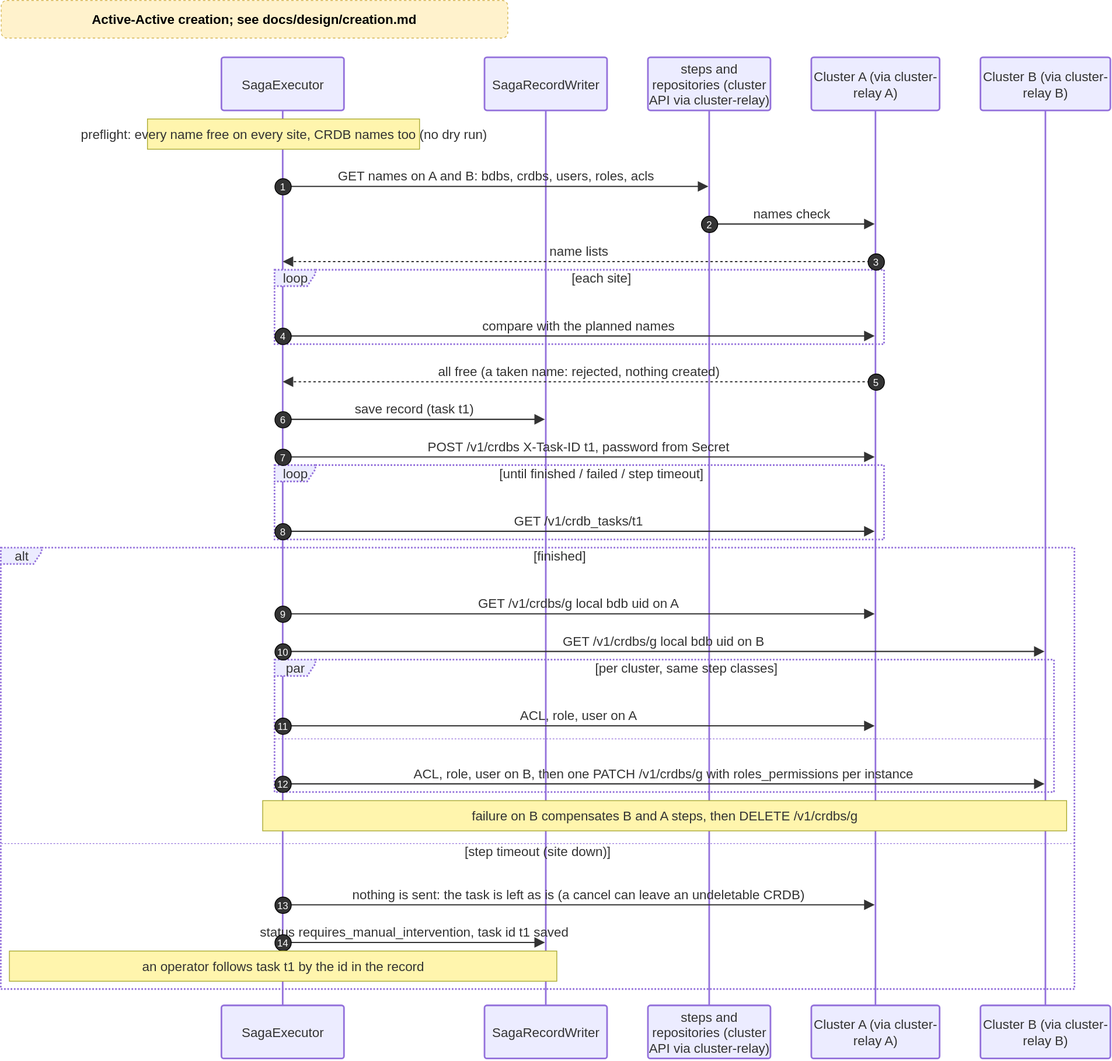
Earlier version of the draw.io export docs/diagrams/20-seq-create-active-active.drawio.svg (EliShteinman/redis-enterprise-services). Source tidied: cells renumbered, new cells last; positions are measured from the earlier drawing's top-left corner, leaving out a move shared by most shapes.
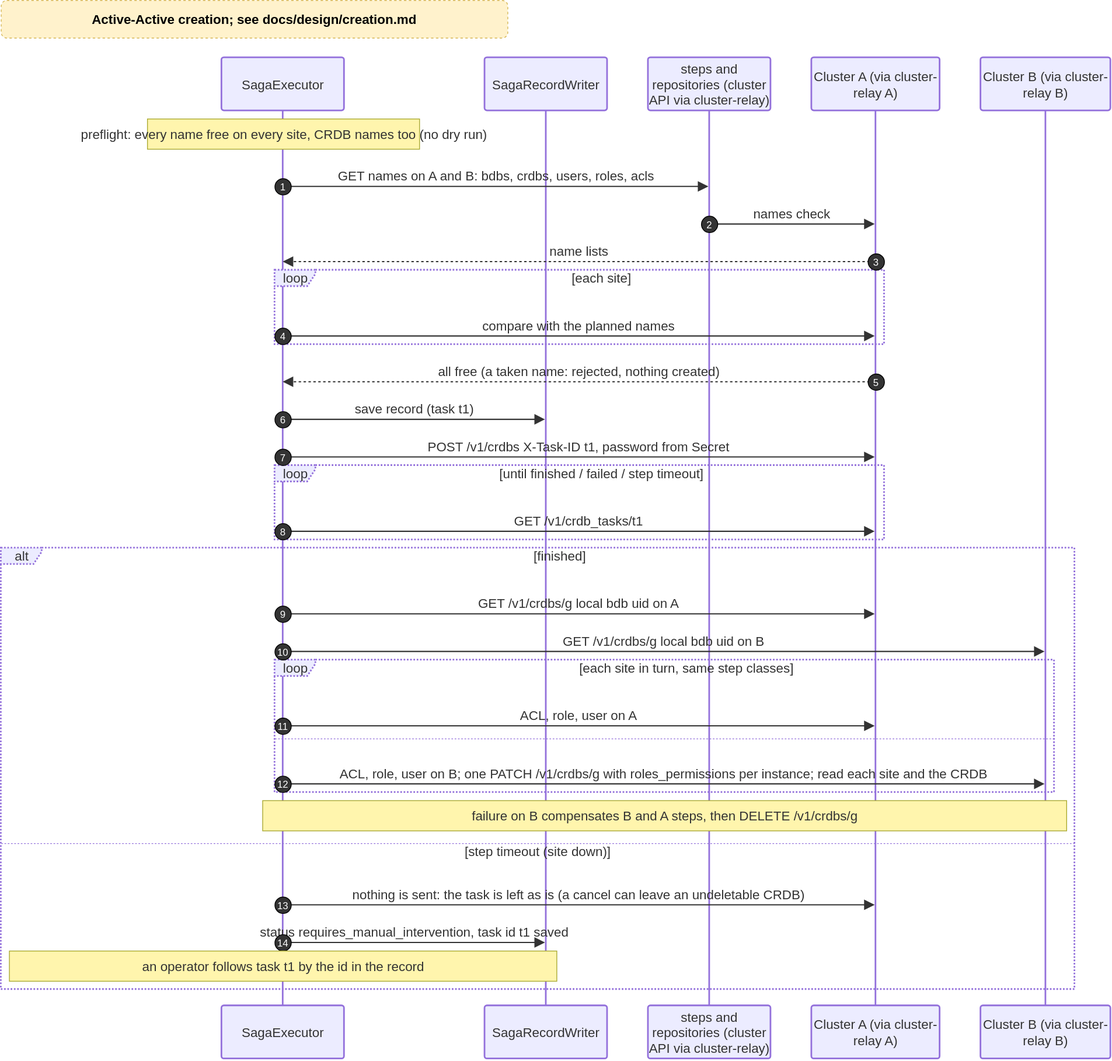
After the commit.

Commit message:
docs(active-active): review of #68 and #69: identifiers, duplicate sites, task ids and the real cancel reason

Change to the diagram source:
```diff
@@ -41,10 +41,10 @@
     <mxCell id="14" value="[step timeout (site down)]" style="text;strokeColor=none;fillColor=none;align=center;verticalAlign=middle;whiteSpace=wrap;fontSize=16;fontFamily=Trebuchet MS,Verdana,Arial,sans-serif;fontColor=light-dark(#333333,#cccccc);" parent="11" vertex="1">
       <mxGeometry y="363" width="1314" height="16" as="geometry" />
     </mxCell>
-    <mxCell id="15" value="par" style="html=1;shape=umlFrame;dashed=1;fixDash=1;dashPattern=2 2;strokeWidth=2;fillColor=light-dark(#ECECFF,#1f2020);strokeColor=light-dark(#9370DB,#cccccc);fontSize=16;align=center;verticalAlign=middle;fontFamily=Trebuchet MS,Verdana,Arial,sans-serif;fontColor=light-dark(#333333,#cccccc);height=20;width=50;" parent="1" vertex="1">
+    <mxCell id="15" value="loop" style="html=1;shape=umlFrame;dashed=1;fixDash=1;dashPattern=2 2;strokeWidth=2;fillColor=light-dark(#ECECFF,#1f2020);strokeColor=light-dark(#9370DB,#cccccc);fontSize=16;align=center;verticalAlign=middle;fontFamily=Trebuchet MS,Verdana,Arial,sans-serif;fontColor=light-dark(#333333,#cccccc);height=20;width=50;" parent="1" vertex="1">
       <mxGeometry x="335" y="807" width="954" height="162" as="geometry" />
     </mxCell>
-    <mxCell id="16" value="[per cluster, same step classes]" style="text;strokeColor=none;fillColor=none;align=center;verticalAlign=middle;whiteSpace=wrap;fontSize=16;fontFamily=Trebuchet MS,Verdana,Arial,sans-serif;fontColor=light-dark(#333333,#cccccc);" parent="15" vertex="1">
+    <mxCell id="16" value="[each site in turn, same step classes]" style="text;strokeColor=none;fillColor=none;align=center;verticalAlign=middle;whiteSpace=wrap;fontSize=16;fontFamily=Trebuchet MS,Verdana,Arial,sans-serif;fontColor=light-dark(#333333,#cccccc);" parent="15" vertex="1">
       <mxGeometry x="54" y="2" width="900" height="16" as="geometry" />
     </mxCell>
     <mxCell id="17" style="shape=line;dashed=1;fixDash=1;dashPattern=2 2;strokeColor=light-dark(#9370DB,#cccccc);" parent="15" vertex="1">
@@ -160,7 +160,7 @@
     <mxCell id="39" value="11" style="ellipse;fillColor=light-dark(#333333,#cccccc);align=center;verticalAlign=middle;fontColor=light-dark(#FFFFFF,#333333);fontSize=12;" parent="1" vertex="1">
       <mxGeometry x="335" y="878" width="20" height="20" as="geometry" />
     </mxCell>
-    <mxCell id="40" value="ACL, role, user on B, then one PATCH /v1/crdbs/g with roles_permissions per instance" style="endArrow=block;endSize=9;verticalAlign=bottom;spacingBottom=2;edgeStyle=sequenceEdgeStyle;libavoidRouting=0;curved=0;rounded=0;fontSize=16;labelBackgroundColor=none;strokeWidth=1.5;strokeColor=light-dark(#333333,#cccccc);fontColor=light-dark(#333333,#cccccc);fontFamily=Trebuchet MS,Verdana,Arial,sans-serif;" parent="1" edge="1" source="2" target="6">
+    <mxCell id="40" value="ACL, role, user on B; one PATCH /v1/crdbs/g with roles_permissions per instance; read each site and the CRDB" style="endArrow=block;endSize=9;verticalAlign=bottom;spacingBottom=2;edgeStyle=sequenceEdgeStyle;libavoidRouting=0;curved=0;rounded=0;fontSize=16;labelBackgroundColor=none;strokeWidth=1.5;strokeColor=light-dark(#333333,#cccccc);fontColor=light-dark(#333333,#cccccc);fontFamily=Trebuchet MS,Verdana,Arial,sans-serif;" parent="1" edge="1" source="2" target="6">
       <mxGeometry relative="1" as="geometry">
         <Array as="points">
           <mxPoint x="812" y="959" />
```
